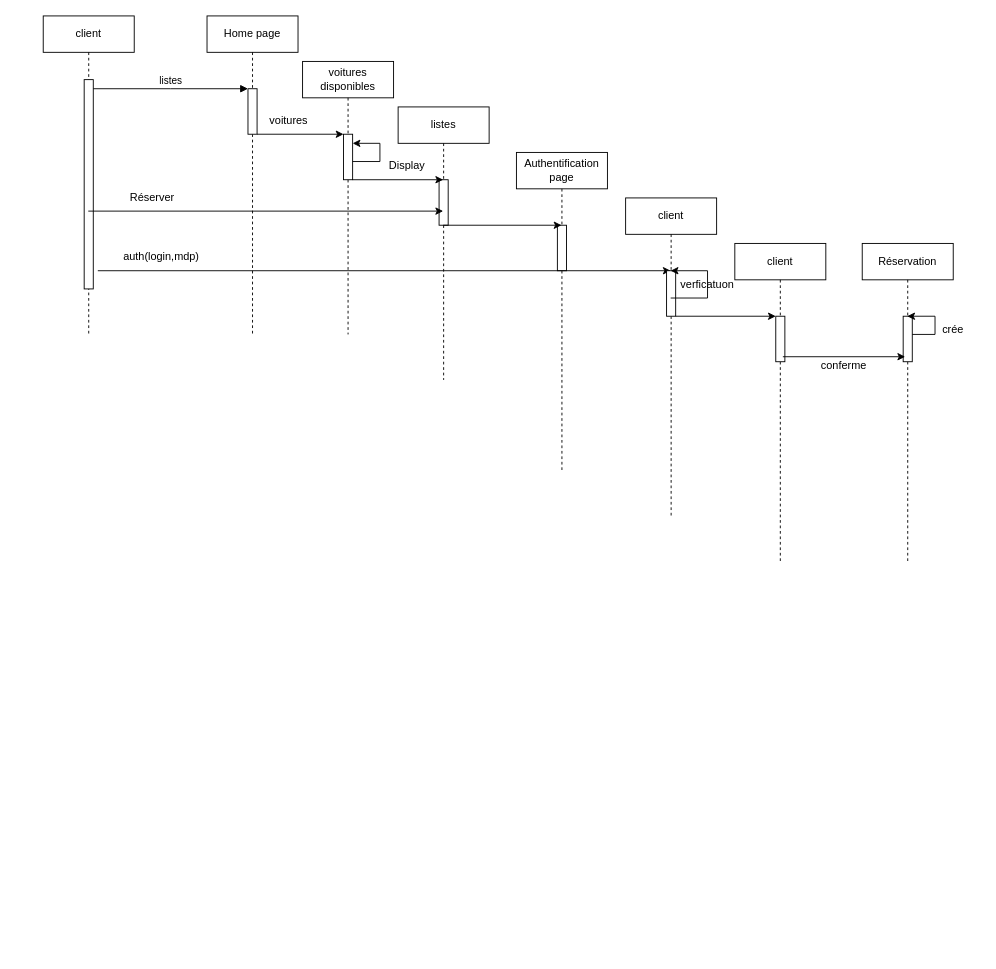
Before: Diagramme sans nom.drawio in nacefzakaria/Picalti, a draw.io diagram. Source tidied: cells renumbered, new cells numbered last; positions are measured from the earlier drawing's top-left corner, leaving out a move shared by most shapes. Both pictures are drawn from the tidied source at 91%, with x=0, y=0 at pixel (43, 15).
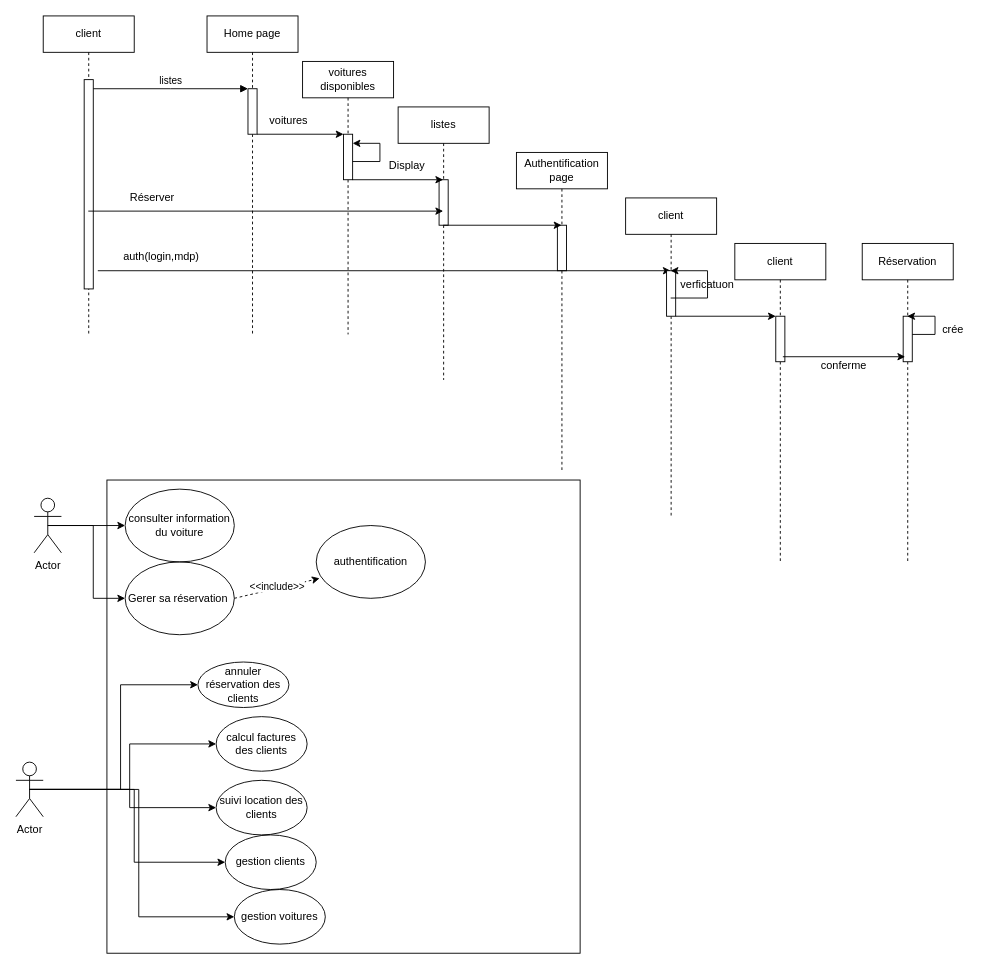
Above is the later version.

Commit message:
Mettre à jour Diagramme sans nom.drawio

Diff of the diagram source:
```diff
@@
+    <mxCell id="36" style="edgeStyle=orthogonalEdgeStyle;rounded=0;jettySize=auto;html=1;exitX=0.5;exitY=0.5;exitDx=0;exitDy=0;exitPerimeter=0;entryX=0;entryY=0.5;entryDx=0;entryDy=0;" parent="1" edge="1" source="38" target="40">
+      <mxGeometry relative="1" as="geometry" />
+    </mxCell>
+    <mxCell id="37" style="edgeStyle=orthogonalEdgeStyle;rounded=0;jettySize=auto;html=1;exitX=0.5;exitY=0.5;exitDx=0;exitDy=0;exitPerimeter=0;entryX=0;entryY=0.5;entryDx=0;entryDy=0;" parent="1" edge="1" source="38" target="43">
+      <mxGeometry relative="1" as="geometry" />
+    </mxCell>
+    <mxCell id="38" value="Actor" style="shape=umlActor;verticalLabelPosition=bottom;verticalAlign=top;html=1;outlineConnect=0;" parent="1" vertex="1">
+      <mxGeometry x="-10" y="530" width="30" height="60" as="geometry" />
+    </mxCell>
+    <mxCell id="39" style="whiteSpace=wrap;html=1;fillColor=none;" parent="1" vertex="1">
+      <mxGeometry x="70" y="510" width="520" height="520" as="geometry" />
+    </mxCell>
+    <mxCell id="40" value="consulter information du voiture" style="ellipse;whiteSpace=wrap;html=1;fillColor=none;" parent="1" vertex="1">
+      <mxGeometry x="90" y="520" width="120" height="80" as="geometry" />
+    </mxCell>
+    <mxCell id="41" style="rounded=0;jettySize=auto;html=1;exitX=1;exitY=0.5;exitDx=0;exitDy=0;entryX=0;entryY=0.5;entryDx=0;entryDy=0;strokeColor=none;" parent="1" edge="1" source="43" target="49">
+      <mxGeometry relative="1" as="geometry" />
+    </mxCell>
+    <mxCell id="42" style="rounded=0;jettySize=auto;html=1;exitX=1;exitY=0.5;exitDx=0;exitDy=0;entryX=0;entryY=0.5;entryDx=0;entryDy=0;strokeColor=none;" parent="1" edge="1" source="43" target="49">
+      <mxGeometry relative="1" as="geometry" />
+    </mxCell>
+    <mxCell id="43" value="Gerer sa réservation&amp;nbsp;" style="ellipse;whiteSpace=wrap;html=1;fillColor=none;" parent="1" vertex="1">
+      <mxGeometry x="90" y="600" width="120" height="80" as="geometry" />
+    </mxCell>
+    <mxCell id="44" value="annuler réservation des&lt;br/&gt;clients" style="ellipse;whiteSpace=wrap;html=1;fillColor=none;" parent="1" vertex="1">
+      <mxGeometry x="170" y="710" width="100" height="50" as="geometry" />
+    </mxCell>
+    <mxCell id="45" value="suivi location des clients" style="ellipse;whiteSpace=wrap;html=1;fillColor=none;" parent="1" vertex="1">
+      <mxGeometry x="190" y="840" width="100" height="60" as="geometry" />
+    </mxCell>
+    <mxCell id="46" value="calcul factures&lt;br&gt;des clients" style="ellipse;whiteSpace=wrap;html=1;gradientColor=none;fillColor=none;" parent="1" vertex="1">
+      <mxGeometry x="190" y="770" width="100" height="60" as="geometry" />
+    </mxCell>
+    <mxCell id="47" value="gestion clients" style="ellipse;whiteSpace=wrap;html=1;fillColor=none;" parent="1" vertex="1">
+      <mxGeometry x="200" y="900" width="100" height="60" as="geometry" />
+    </mxCell>
+    <mxCell id="48" value="gestion voitures" style="ellipse;whiteSpace=wrap;html=1;fillColor=none;" parent="1" vertex="1">
+      <mxGeometry x="210" y="960" width="100" height="60" as="geometry" />
+    </mxCell>
+    <mxCell id="49" value="authentification" style="ellipse;whiteSpace=wrap;html=1;fillColor=none;" parent="1" vertex="1">
+      <mxGeometry x="300" y="560" width="120" height="80" as="geometry" />
+    </mxCell>
+    <mxCell id="50" style="edgeStyle=orthogonalEdgeStyle;rounded=0;jettySize=auto;html=1;exitX=0.5;exitY=0.5;exitDx=0;exitDy=0;exitPerimeter=0;entryX=0;entryY=0.5;entryDx=0;entryDy=0;" parent="1" edge="1" source="55" target="44">
+      <mxGeometry relative="1" as="geometry" />
+    </mxCell>
+    <mxCell id="51" style="edgeStyle=orthogonalEdgeStyle;rounded=0;jettySize=auto;html=1;exitX=0.5;exitY=0.5;exitDx=0;exitDy=0;exitPerimeter=0;entryX=0;entryY=0.5;entryDx=0;entryDy=0;" parent="1" edge="1" source="55" target="46">
+      <mxGeometry relative="1" as="geometry" />
+    </mxCell>
+    <mxCell id="52" style="edgeStyle=orthogonalEdgeStyle;rounded=0;jettySize=auto;html=1;exitX=0.5;exitY=0.5;exitDx=0;exitDy=0;exitPerimeter=0;entryX=0;entryY=0.5;entryDx=0;entryDy=0;" parent="1" edge="1" source="55" target="45">
+      <mxGeometry relative="1" as="geometry" />
+    </mxCell>
+    <mxCell id="53" style="edgeStyle=orthogonalEdgeStyle;rounded=0;jettySize=auto;html=1;exitX=0.5;exitY=0.5;exitDx=0;exitDy=0;exitPerimeter=0;entryX=0;entryY=0.5;entryDx=0;entryDy=0;" parent="1" edge="1" source="55" target="47">
+      <mxGeometry relative="1" as="geometry" />
+    </mxCell>
+    <mxCell id="54" style="edgeStyle=orthogonalEdgeStyle;rounded=0;jettySize=auto;html=1;exitX=0.5;exitY=0.5;exitDx=0;exitDy=0;exitPerimeter=0;entryX=0;entryY=0.5;entryDx=0;entryDy=0;" parent="1" edge="1" source="55" target="48">
+      <mxGeometry relative="1" as="geometry" />
+    </mxCell>
+    <mxCell id="55" value="Actor" style="shape=umlActor;verticalLabelPosition=bottom;verticalAlign=top;html=1;outlineConnect=0;" parent="1" vertex="1">
+      <mxGeometry x="-30" y="820" width="30" height="60" as="geometry" />
+    </mxCell>
+    <mxCell id="56" style="rounded=0;jettySize=auto;html=1;exitX=1;exitY=0.5;exitDx=0;exitDy=0;entryX=0.031;entryY=0.726;entryDx=0;entryDy=0;entryPerimeter=0;dashed=1;" parent="1" edge="1" source="43" target="49">
+      <mxGeometry relative="1" as="geometry" />
+    </mxCell>
+    <mxCell id="57" value="&amp;lt;&amp;lt;include&amp;gt;&amp;gt;" style="edgeLabel;html=1;align=center;verticalAlign=middle;" parent="56" vertex="1">
+      <mxGeometry x="0.02" y="2" relative="1" as="geometry">
+        <mxPoint x="-1" as="offset" />
+      </mxGeometry>
+    </mxCell>
```
